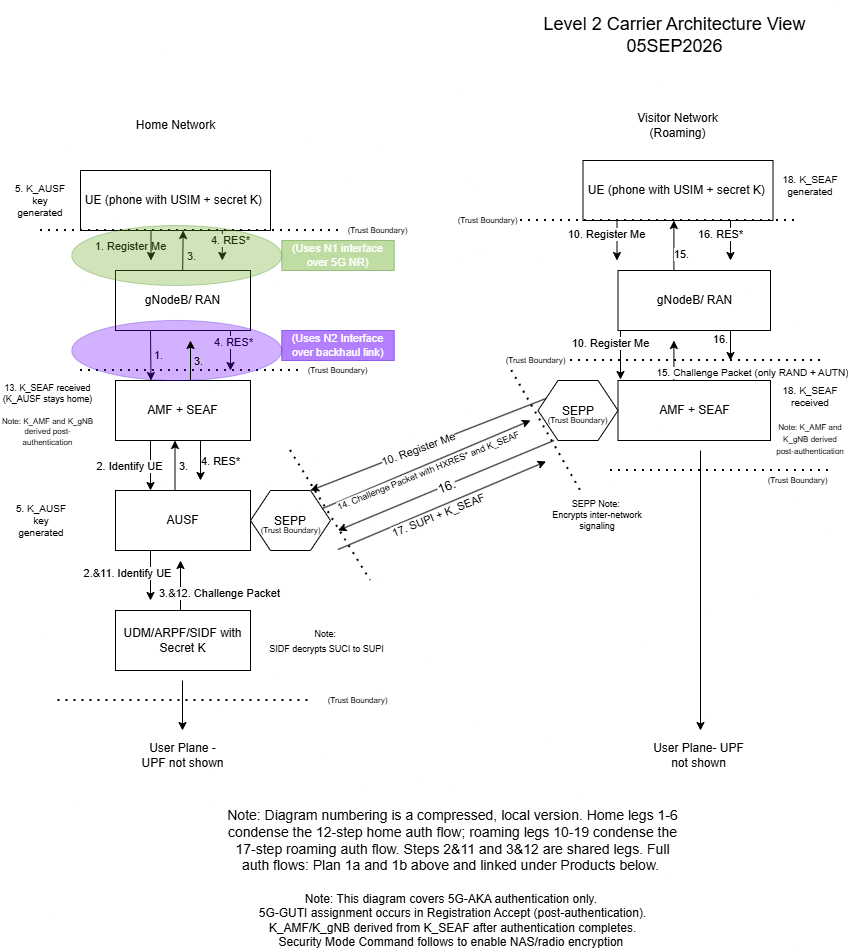
The draw.io diagram Missions/Mission 01/M1 Execution Docs/Phase 1/Segment 1.2/Level 2 Diagram.png in Sully-code/Security_Plus_Systems_Project, before a commit. Source tidied: cells renumbered, new cells last; positions are measured from the earlier drawing's top-left corner, leaving out a move shared by most shapes.
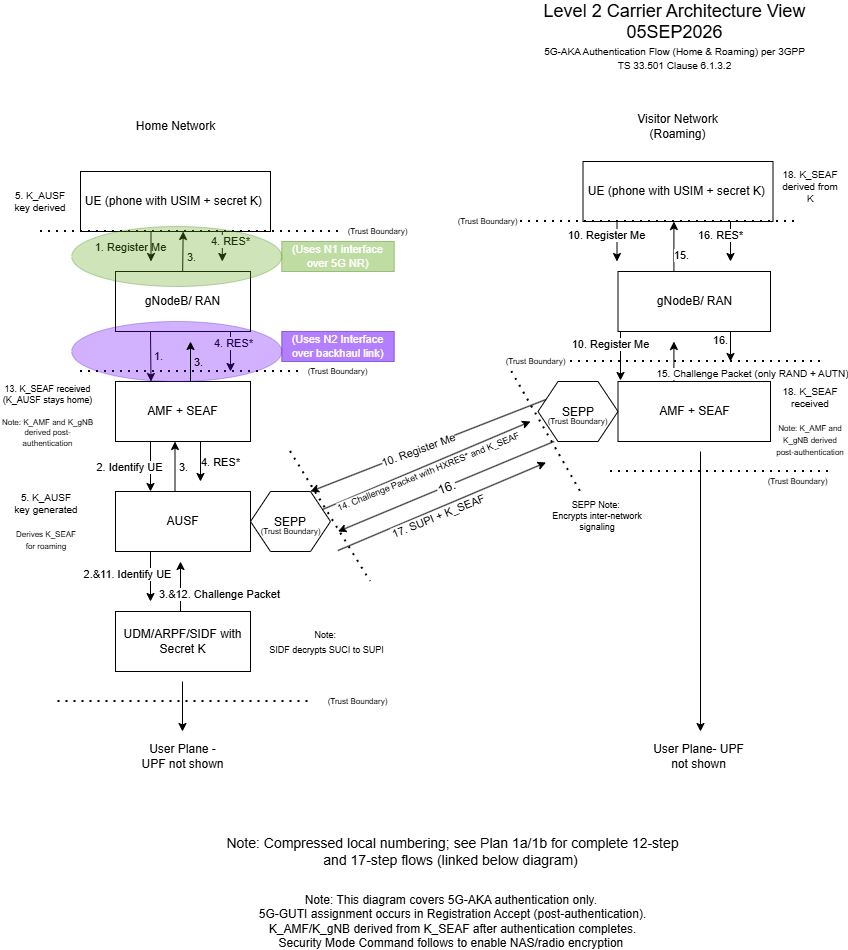
The same diagram one commit later.

Commit message:
Updated diagram notes

What changed in the source:
```diff
@@ -126,10 +126,10 @@
         <mxPoint x="19" as="offset" />
       </mxGeometry>
     </mxCell>
-    <mxCell id="30" value="5. K_AUSF key generated" style="text;html=1;whiteSpace=wrap;strokeColor=none;fillColor=none;align=center;verticalAlign=middle;rounded=0;fontSize=10;" parent="1" vertex="1">
-      <mxGeometry x="11.2" y="505" width="60" height="30" as="geometry" />
+    <mxCell id="30" value="5. K_AUSF key generated&lt;div&gt;&lt;br&gt;&lt;/div&gt;&lt;div&gt;&lt;font style=&quot;font-size: 8px;&quot;&gt;Derives K_SEAF for roaming&lt;/font&gt;&lt;/div&gt;" style="text;html=1;whiteSpace=wrap;strokeColor=none;fillColor=none;align=center;verticalAlign=middle;rounded=0;fontSize=10;" parent="1" vertex="1">
+      <mxGeometry x="11.2" y="505" width="70" height="30" as="geometry" />
     </mxCell>
-    <mxCell id="31" value="5. K_AUSF key generated" style="text;html=1;whiteSpace=wrap;strokeColor=none;fillColor=none;align=center;verticalAlign=middle;rounded=0;fontSize=10;" parent="1" vertex="1">
+    <mxCell id="31" value="5. K_AUSF key derived" style="text;html=1;whiteSpace=wrap;strokeColor=none;fillColor=none;align=center;verticalAlign=middle;rounded=0;fontSize=10;" parent="1" vertex="1">
       <mxGeometry x="10" y="185" width="60" height="30" as="geometry" />
     </mxCell>
     <mxCell id="32" style="endArrow=classic;html=1;rounded=0;" parent="1" edge="1">
@@ -252,7 +252,7 @@
         <mxPoint x="-4" y="10" as="offset" />
       </mxGeometry>
     </mxCell>
-    <mxCell id="56" value="18. K_SEAF generated" style="text;html=1;whiteSpace=wrap;strokeColor=none;fillColor=none;align=center;verticalAlign=middle;rounded=0;fontSize=10;" parent="1" vertex="1">
+    <mxCell id="56" value="18. K_SEAF derived from K" style="text;html=1;whiteSpace=wrap;strokeColor=none;fillColor=none;align=center;verticalAlign=middle;rounded=0;fontSize=10;" parent="1" vertex="1">
       <mxGeometry x="780" y="170" width="60" height="30" as="geometry" />
     </mxCell>
     <mxCell id="57" value="18. K_SEAF received&lt;div&gt;&lt;br&gt;&lt;/div&gt;&lt;div&gt;&lt;font style=&quot;font-size: 8px;&quot;&gt;Note: K_AMF and K_gNB derived post-authentication&lt;/font&gt;&lt;/div&gt;" style="text;html=1;whiteSpace=wrap;strokeColor=none;fillColor=none;align=center;verticalAlign=middle;rounded=0;fontSize=10;" parent="1" vertex="1">
@@ -361,10 +361,10 @@
     <mxCell id="80" value="User Plane- UPF not shown" style="text;html=1;whiteSpace=wrap;strokeColor=none;fillColor=none;align=center;verticalAlign=middle;rounded=0;" parent="1" vertex="1">
       <mxGeometry x="651.2" y="740" width="95" height="30" as="geometry" />
     </mxCell>
-    <mxCell id="81" value="Note: Diagram numbering is a compressed, local version. Home legs 1-6 condense the 12-step home auth flow; roaming legs 10-19 condense the 17-step roaming auth flow. Steps 2&amp;amp;11 and 3&amp;amp;12 are shared legs. Full auth flows: Plan 1a and 1b above and linked under Products below.&amp;nbsp;" style="text;html=1;whiteSpace=wrap;strokeColor=none;fillColor=none;align=center;verticalAlign=middle;rounded=0;fontSize=14;" parent="1" vertex="1">
-      <mxGeometry x="220" y="800" width="465" height="80" as="geometry" />
+    <mxCell id="81" value="Note: Compressed local numbering; see Plan 1a/1b for complete 12-step and 17-step flows (linked below diagram)&amp;nbsp;" style="text;html=1;whiteSpace=wrap;strokeColor=none;fillColor=none;align=center;verticalAlign=middle;rounded=0;fontSize=14;" parent="1" vertex="1">
+      <mxGeometry x="220" y="810" width="465" height="80" as="geometry" />
     </mxCell>
-    <mxCell id="82" value="&lt;font style=&quot;font-size: 18px;&quot;&gt;Level 2 Carrier Architecture View&lt;/font&gt;&lt;div&gt;&lt;font style=&quot;font-size: 18px;&quot;&gt;05SEP2026&lt;/font&gt;&lt;/div&gt;" style="text;html=1;whiteSpace=wrap;strokeColor=none;fillColor=none;align=center;verticalAlign=middle;rounded=0;" parent="1" vertex="1">
+    <mxCell id="82" value="&lt;font style=&quot;font-size: 18px;&quot;&gt;Level 2 Carrier Architecture View&lt;/font&gt;&lt;div&gt;&lt;font style=&quot;font-size: 18px;&quot;&gt;05SEP2026&lt;/font&gt;&lt;/div&gt;&lt;div&gt;&lt;font style=&quot;font-size: 10px;&quot; face=&quot;Helvetica&quot;&gt;&lt;span style=&quot;text-align: start; color: light-dark(rgb(0, 0, 0), rgb(255, 255, 255));&quot;&gt;5G-AKA Authentication Flow (Home &amp;amp; Roaming) per 3GPP TS 33.501 Clause 6.1.3.2&lt;/span&gt;&lt;/font&gt;&lt;/div&gt;" style="text;html=1;whiteSpace=wrap;strokeColor=none;fillColor=none;align=center;verticalAlign=middle;rounded=0;" parent="1" vertex="1">
       <mxGeometry x="537.5" width="272.5" height="70" as="geometry" />
     </mxCell>
     <mxCell id="83" style="endArrow=classic;html=1;rounded=0;entryX=0.5;entryY=1;entryDx=0;entryDy=0;" parent="1" edge="1">
```
